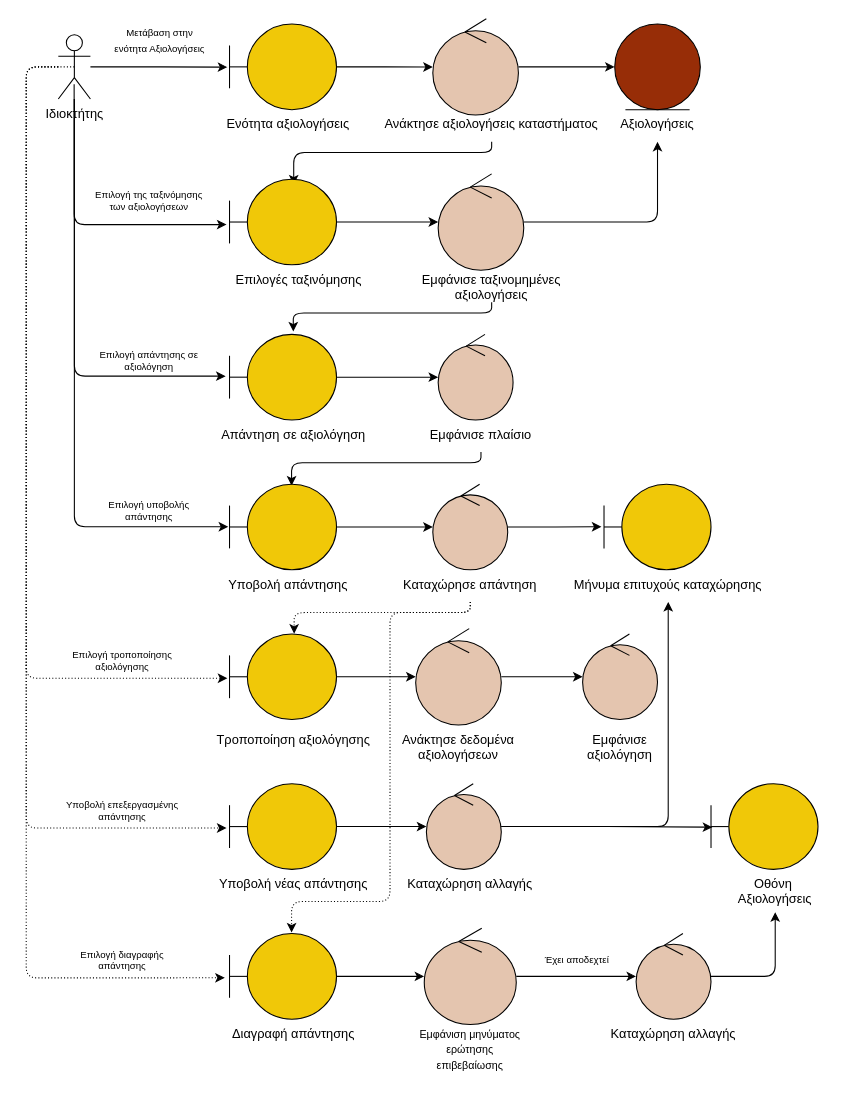
This is docs/contributions/Kout-ou/Phase 3/Shop Robustness Diagrams/Robustness drawio files/usecase4.drawio from iloudaros/nomnomr, a draw.io file, before an edit. Source tidied: cells renumbered, new cells numbered last; positions are measured from the earlier drawing's top-left corner, leaving out a move shared by most shapes. Both pictures are drawn from the tidied source at 107%, with x=0, y=0 at pixel (26, 18).
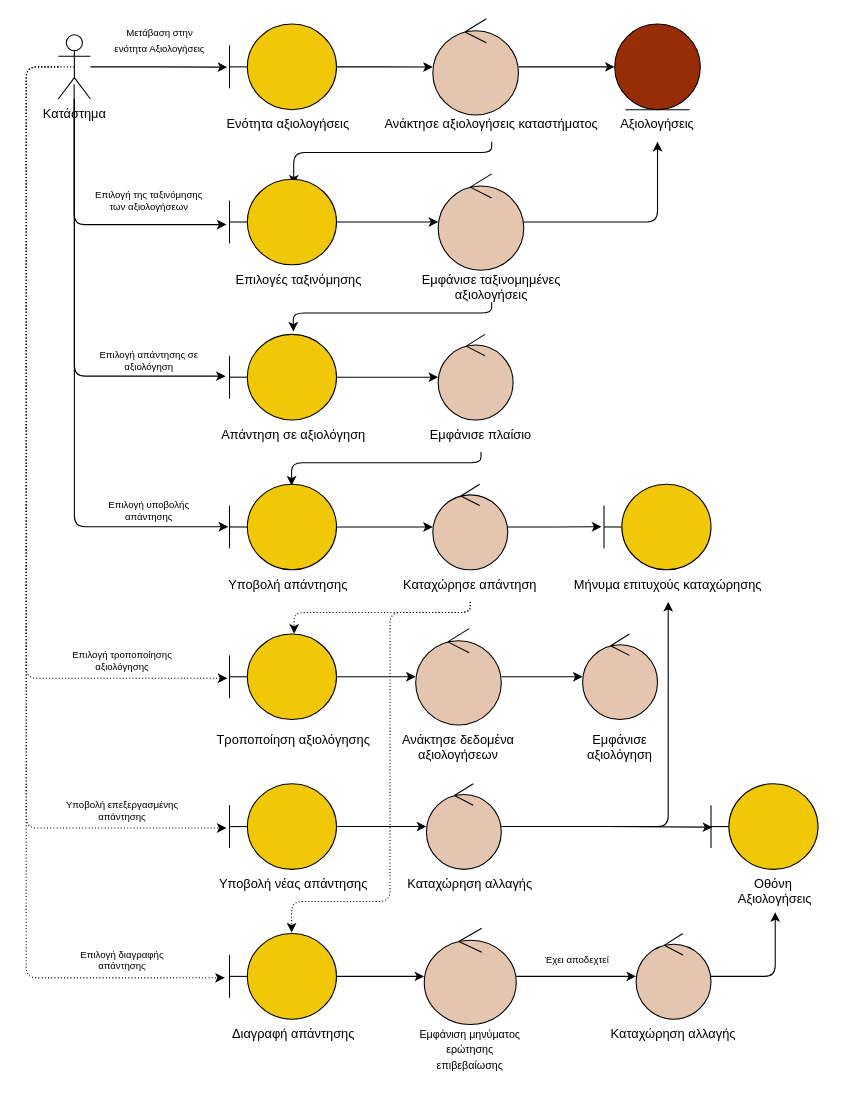
After the change.

Commit message:
Name Changes in Shop Robustness Diagram

Change to the diagram source:
```diff
@@
-    <mxCell id="9" value="Ιδιοκτήτης" style="shape=umlActor;verticalLabelPosition=bottom;verticalAlign=top;html=1;" parent="1" vertex="1">
+    <mxCell id="9" value="Κατάστημα" style="shape=umlActor;verticalLabelPosition=bottom;verticalAlign=top;html=1;" parent="1" vertex="1">
       <mxGeometry x="30" y="15" width="30" height="60" as="geometry" />
     </mxCell>
```
